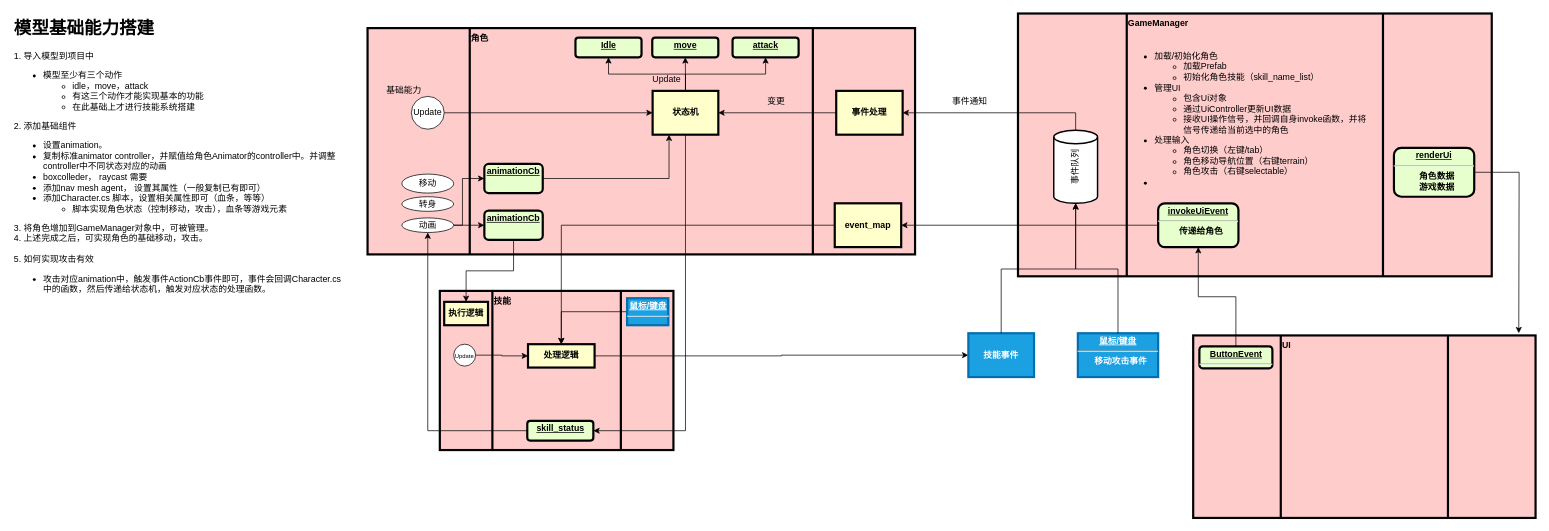
Above: game/game_arch.drawio in qiongweirengithub/readme (draw.io), before the change. Source tidied: cells renumbered, new cells numbered last; positions are measured from the earlier drawing's top-left corner, leaving out a move shared by most shapes. Both pictures are drawn from the tidied source at 73%, with x=0, y=0 at pixel (12, 13).
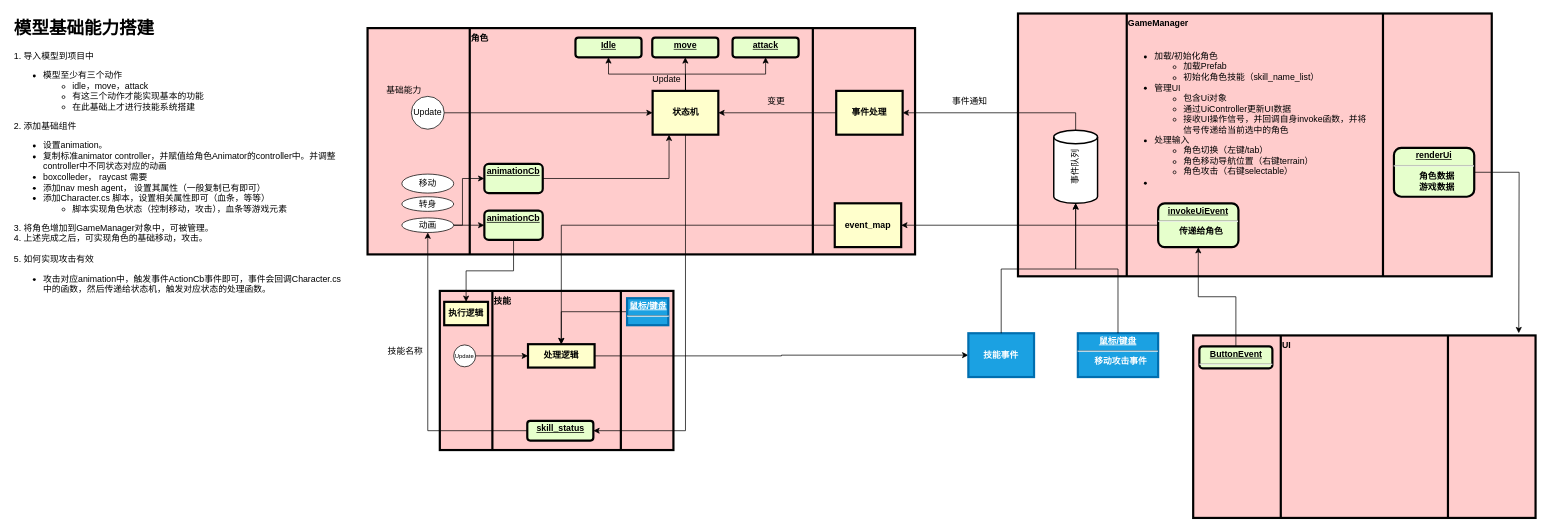
Above is the later version.

Commit message (it also covers changes not shown here):
增加untiy渲染中vfx与decal问题解决

Change to the diagram source:
```diff
@@
     <mxCell id="31" value="&lt;font style=&quot;font-size: 8px;&quot;&gt;Update&lt;/font&gt;" style="ellipse;whiteSpace=wrap;html=1;" parent="1" vertex="1">
-      <mxGeometry x="604" y="453" width="30" height="30" as="geometry" />
+      <mxGeometry x="604" y="454" width="30" height="30" as="geometry" />
     </mxCell>
@@
+    <mxCell id="56" value="技能名称" style="text;html=1;align=center;verticalAlign=middle;whiteSpace=wrap;rounded=0;" parent="1" vertex="1">
+      <mxGeometry x="508" y="448" width="60" height="30" as="geometry" />
+    </mxCell>
```
